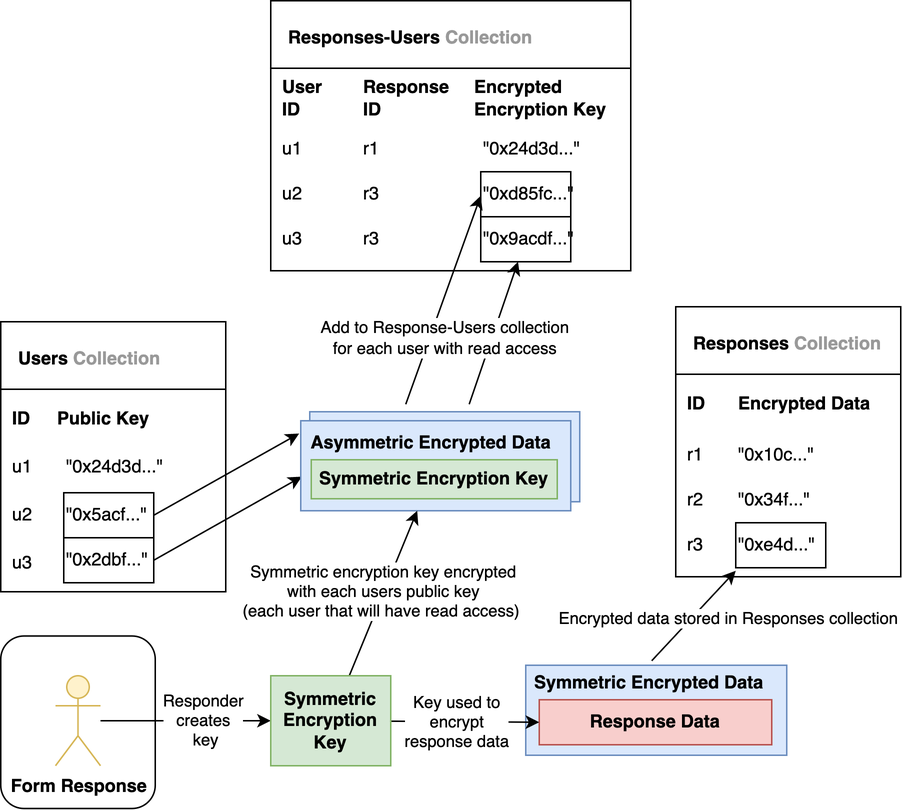
This is docs/img/multi-user-encryption.png from polybase/polybase-db-docs, a draw.io export, as it was before one commit. Source tidied: cells renumbered, new cells last; positions are measured from the earlier drawing's top-left corner, leaving out a move shared by most shapes.
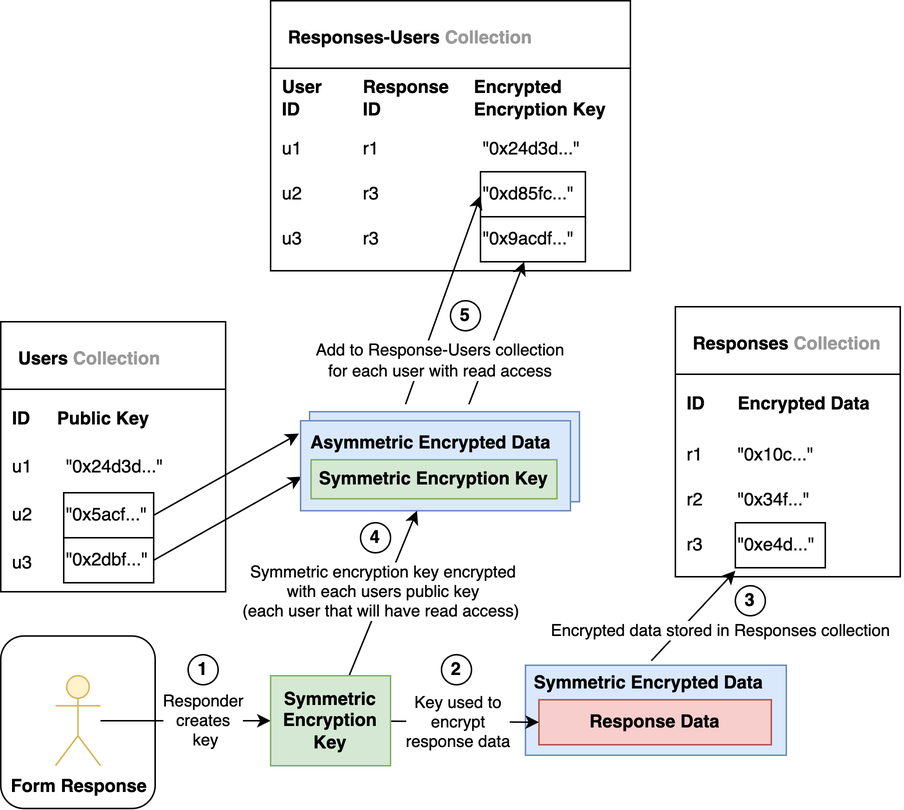
Later version of the same file.

The edit, as a diff of the source:
```diff
@@ -108,7 +108,7 @@
       <mxGeometry x="240" y="114" width="60" height="30" as="geometry" />
     </mxCell>
     <mxCell id="37" value="&quot;0xd85fc...&quot;" style="text;html=1;strokeColor=default;fillColor=none;align=left;verticalAlign=middle;whiteSpace=wrap;rounded=0;fontStyle=0;" parent="1" vertex="1">
-      <mxGeometry x="320" y="114" width="60" height="30" as="geometry" />
+      <mxGeometry x="320" y="114" width="70" height="30" as="geometry" />
     </mxCell>
     <mxCell id="38" value="u3" style="text;html=1;strokeColor=none;fillColor=none;align=left;verticalAlign=middle;whiteSpace=wrap;rounded=0;fontStyle=0;" parent="1" vertex="1">
       <mxGeometry x="186" y="144" width="34" height="30" as="geometry" />
@@ -120,7 +120,7 @@
       <mxGeometry x="240" y="144" width="60" height="30" as="geometry" />
     </mxCell>
     <mxCell id="41" value="&quot;0x9acdf...&quot;" style="text;html=1;strokeColor=default;fillColor=none;align=left;verticalAlign=middle;whiteSpace=wrap;rounded=0;fontStyle=0;" parent="1" vertex="1">
-      <mxGeometry x="320" y="144" width="60" height="30" as="geometry" />
+      <mxGeometry x="320" y="144" width="70" height="30" as="geometry" />
     </mxCell>
     <mxCell id="42" value="Responder&lt;br&gt;creates&lt;br&gt;&amp;nbsp;key" style="edgeStyle=none;rounded=0;jettySize=auto;html=1;entryX=0;entryY=0.5;entryDx=0;entryDy=0;" parent="1" edge="1" source="43" target="54">
       <mxGeometry x="0.2" relative="1" as="geometry" />
@@ -132,9 +132,8 @@
       <mxGeometry x="350" y="443" width="174" height="60" as="geometry" />
     </mxCell>
     <mxCell id="45" value="Encrypted data stored in Responses collection" style="edgeStyle=none;rounded=0;jettySize=auto;html=1;exitX=0.5;exitY=0;exitDx=0;exitDy=0;" parent="1" edge="1" source="46">
-      <mxGeometry x="0.33" y="-19" relative="1" as="geometry">
+      <mxGeometry x="0.12" y="-20" relative="1" as="geometry">
         <mxPoint x="490" y="380" as="targetPoint" />
-        <mxPoint y="-1" as="offset" />
       </mxGeometry>
     </mxCell>
     <mxCell id="46" value="Symmetric Encrypted Data" style="text;html=1;strokeColor=none;fillColor=none;align=left;verticalAlign=middle;whiteSpace=wrap;rounded=0;fontStyle=1;" parent="1" vertex="1">
@@ -187,11 +186,26 @@
     </mxCell>
     <mxCell id="59" value="Add to Response-Users collection&lt;br&gt;for each user with read access" style="edgeLabel;html=1;align=center;verticalAlign=middle;" parent="58" vertex="1">
       <mxGeometry x="-0.3" y="2" relative="1" as="geometry">
-        <mxPoint x="10" y="5" as="offset" />
+        <mxPoint x="7" y="20" as="offset" />
       </mxGeometry>
     </mxCell>
     <mxCell id="60" value="&quot;0x2dbf...&quot;" style="text;html=1;strokeColor=default;fillColor=none;align=left;verticalAlign=middle;whiteSpace=wrap;rounded=0;fontStyle=0;" parent="1" vertex="1">
       <mxGeometry x="42" y="358" width="60" height="30" as="geometry" />
     </mxCell>
+    <mxCell id="61" value="1" style="ellipse;whiteSpace=wrap;html=1;fontStyle=1;" parent="1" vertex="1">
+      <mxGeometry x="125" y="436" width="20" height="20" as="geometry" />
+    </mxCell>
+    <mxCell id="62" value="2" style="ellipse;whiteSpace=wrap;html=1;fontStyle=1;" parent="1" vertex="1">
+      <mxGeometry x="294" y="436" width="20" height="20" as="geometry" />
+    </mxCell>
+    <mxCell id="63" value="4" style="ellipse;whiteSpace=wrap;html=1;fontStyle=1;" parent="1" vertex="1">
+      <mxGeometry x="240" y="348" width="20" height="20" as="geometry" />
+    </mxCell>
+    <mxCell id="64" value="5" style="ellipse;whiteSpace=wrap;html=1;fontStyle=1;" parent="1" vertex="1">
+      <mxGeometry x="300" y="200" width="20" height="20" as="geometry" />
+    </mxCell>
+    <mxCell id="65" value="3" style="ellipse;whiteSpace=wrap;html=1;fontStyle=1;" parent="1" vertex="1">
+      <mxGeometry x="490" y="390" width="20" height="20" as="geometry" />
+    </mxCell>
   </root>
 </mxGraphModel>
```
